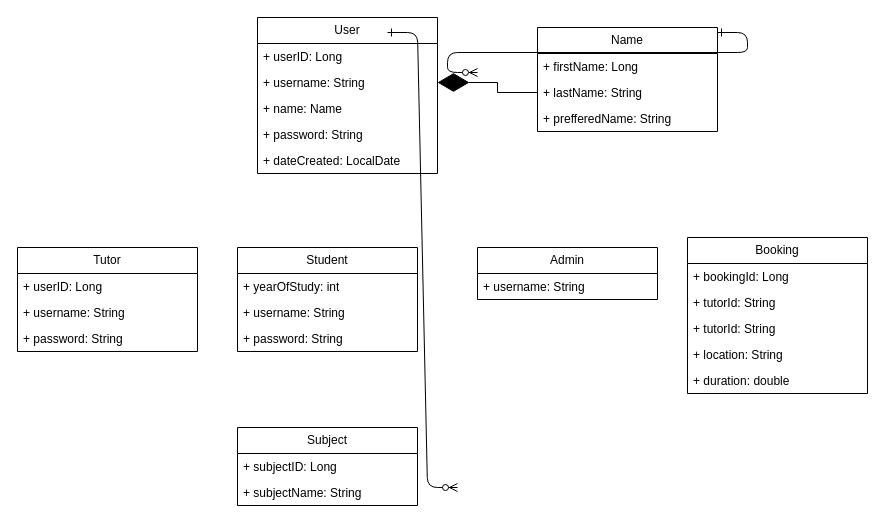
Before: Untitled Diagram.drawio in 20Mphumzi16/TutorScheduleApplication, a draw.io diagram. Source tidied: cells renumbered, new cells numbered last; positions are measured from the earlier drawing's top-left corner, leaving out a move shared by most shapes. Both pictures are drawn from the tidied source at 100%, with x=0, y=0 at pixel (17, 17).
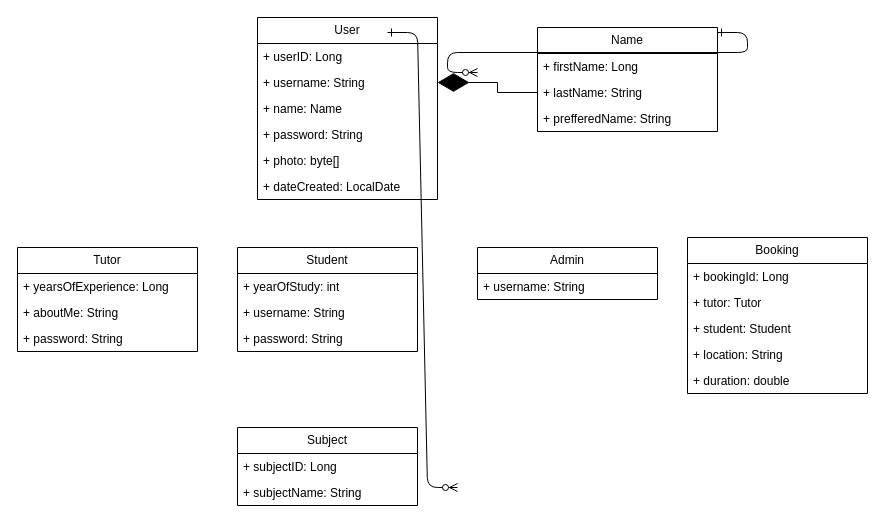
Above is the later version.

Unchanged cells that the change refers to:
```xml
<mxCell id="17" value="Tutor" style="swimlane;fontStyle=0;horizontal=1;startSize=26;fillColor=none;whiteSpace=wrap;html=1;" parent="1" vertex="1">
  <mxGeometry y="230" width="180" height="104" as="geometry" />
</mxCell>
<mxCell id="29" value="Booking" style="swimlane;fontStyle=0;horizontal=1;startSize=26;fillColor=none;whiteSpace=wrap;html=1;" parent="1" vertex="1">
  <mxGeometry x="670" y="220" width="180" height="156" as="geometry" />
</mxCell>
```

Change to the diagram source:
```diff
@@
     <mxCell id="5" value="User" style="swimlane;fontStyle=0;horizontal=1;startSize=26;fillColor=none;whiteSpace=wrap;html=1;" parent="1" vertex="1">
-      <mxGeometry x="240" width="180" height="156" as="geometry" />
+      <mxGeometry x="240" width="180" height="182" as="geometry" />
     </mxCell>
@@
+    <mxCell id="35" value="+ photo: byte[]" style="text;strokeColor=none;fillColor=none;align=left;verticalAlign=top;spacingLeft=4;spacingRight=4;overflow=hidden;whiteSpace=wrap;html=1;" parent="5" vertex="1">
+      <mxGeometry y="130" width="180" height="26" as="geometry" />
+    </mxCell>
     <mxCell id="10" value="+ dateCreated: LocalDate" style="text;strokeColor=none;fillColor=none;align=left;verticalAlign=top;spacingLeft=4;spacingRight=4;overflow=hidden;whiteSpace=wrap;html=1;" parent="5" vertex="1">
-      <mxGeometry y="130" width="180" height="26" as="geometry" />
+      <mxGeometry y="156" width="180" height="26" as="geometry" />
     </mxCell>
@@
-    <mxCell id="18" value="+ userID: Long" style="text;strokeColor=none;fillColor=none;align=left;verticalAlign=top;spacingLeft=4;spacingRight=4;overflow=hidden;whiteSpace=wrap;html=1;" parent="17" vertex="1">
+    <mxCell id="18" value="+ yearsOfExperience: Long" style="text;strokeColor=none;fillColor=none;align=left;verticalAlign=top;spacingLeft=4;spacingRight=4;overflow=hidden;whiteSpace=wrap;html=1;" parent="17" vertex="1">
       <mxGeometry y="26" width="180" height="26" as="geometry" />
     </mxCell>
-    <mxCell id="19" value="+ username: String" style="text;strokeColor=none;fillColor=none;align=left;verticalAlign=top;spacingLeft=4;spacingRight=4;overflow=hidden;whiteSpace=wrap;html=1;" parent="17" vertex="1">
+    <mxCell id="19" value="+ aboutMe: String" style="text;strokeColor=none;fillColor=none;align=left;verticalAlign=top;spacingLeft=4;spacingRight=4;overflow=hidden;whiteSpace=wrap;html=1;" parent="17" vertex="1">
       <mxGeometry y="52" width="180" height="26" as="geometry" />
     </mxCell>
@@
-    <mxCell id="31" value="+ tutorId: String" style="text;strokeColor=none;fillColor=none;align=left;verticalAlign=top;spacingLeft=4;spacingRight=4;overflow=hidden;whiteSpace=wrap;html=1;" parent="29" vertex="1">
+    <mxCell id="31" value="+ tutor: Tutor" style="text;strokeColor=none;fillColor=none;align=left;verticalAlign=top;spacingLeft=4;spacingRight=4;overflow=hidden;whiteSpace=wrap;html=1;" parent="29" vertex="1">
       <mxGeometry y="52" width="180" height="26" as="geometry" />
     </mxCell>
-    <mxCell id="32" value="+ tutorId: String" style="text;strokeColor=none;fillColor=none;align=left;verticalAlign=top;spacingLeft=4;spacingRight=4;overflow=hidden;whiteSpace=wrap;html=1;" parent="29" vertex="1">
+    <mxCell id="32" value="+ student: Student" style="text;strokeColor=none;fillColor=none;align=left;verticalAlign=top;spacingLeft=4;spacingRight=4;overflow=hidden;whiteSpace=wrap;html=1;" parent="29" vertex="1">
       <mxGeometry y="78" width="180" height="26" as="geometry" />
     </mxCell>
```
